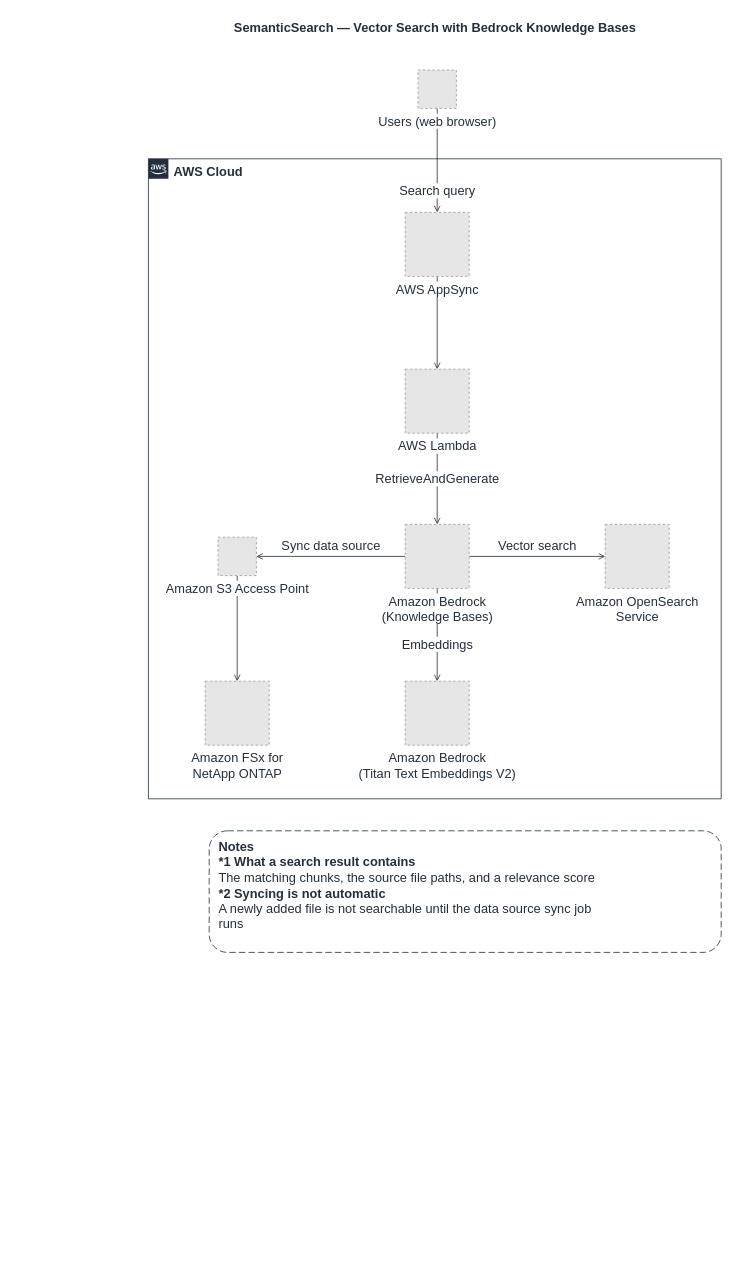
Yoshiki0705/FSx-for-ONTAP-S3AccessPoints-Serverless-Patterns keeps this draw.io diagram as docs/diagrams/part3-semantic-search-en.drawio. Above is the earlier version. Source tidied: cells renumbered, new cells numbered last; positions are measured from the earlier drawing's top-left corner, leaving out a move shared by most shapes. Both pictures are drawn from the tidied source at 80%, with x=0, y=0 at pixel (148, 14). Pictures stored in the file or linked from it are replaced by grey dashed boxes.
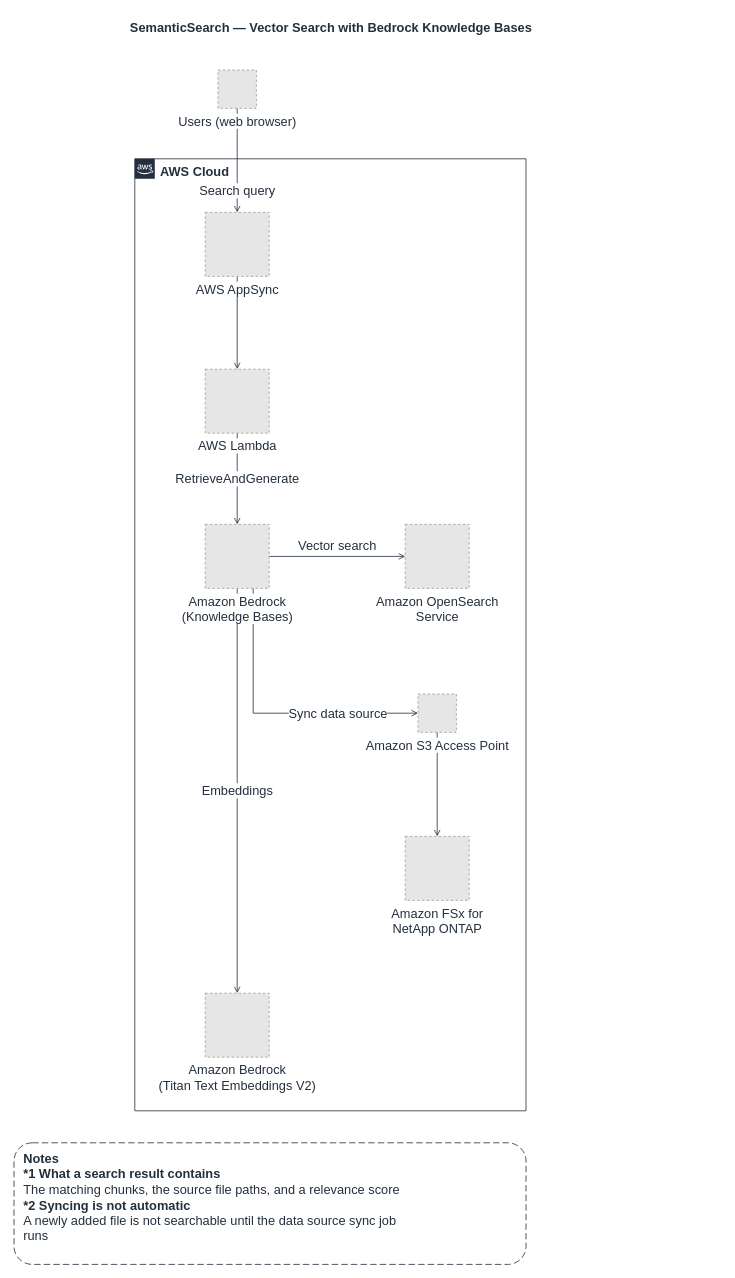
Above is the later version.

What changed in the source:
```diff
@@
     <mxCell id="2" value="SemanticSearch — Vector Search with Bedrock Knowledge Bases" style="text;html=1;align=center;verticalAlign=middle;fontSize=16;fontStyle=1;fontColor=#232F3E;" parent="1" vertex="1">
-      <mxGeometry width="716" height="34" as="geometry" />
+      <mxGeometry x="-17" width="489" height="34" as="geometry" />
     </mxCell>
-    <mxCell id="3" value="AWS Cloud" style="gradientColor=none;html=1;whiteSpace=wrap;fontSize=16;fontStyle=1;shape=mxgraph.aws4.group;grIcon=mxgraph.aws4.group_aws_cloud_alt;strokeColor=#232F3E;fillColor=none;verticalAlign=top;align=left;spacingLeft=30;fontColor=#232F3E;dashed=0;" parent="1" vertex="1">
-      <mxGeometry y="181" width="716" height="800" as="geometry" />
-    </mxCell>
@@
     <mxCell id="8" value="Embeddings" style="edgeStyle=orthogonalEdgeStyle;rounded=0;jettySize=auto;html=1;endArrow=open;endFill=0;strokeColor=#232F3E;strokeWidth=1;fontSize=16;fontColor=#232F3E;labelBackgroundColor=#ffffff;" parent="1" edge="1" source="16" target="17">
-      <mxGeometry relative="1" as="geometry">
-        <mxPoint y="12" as="offset" />
-      </mxGeometry>
+      <mxGeometry relative="1" as="geometry" />
     </mxCell>
-    <mxCell id="9" value="Sync data source" style="edgeStyle=orthogonalEdgeStyle;rounded=0;jettySize=auto;html=1;endArrow=open;endFill=0;strokeColor=#232F3E;strokeWidth=1;fontSize=16;fontColor=#232F3E;labelBackgroundColor=#ffffff;" parent="1" edge="1" source="16" target="11">
-      <mxGeometry relative="1" as="geometry">
-        <mxPoint y="-13" as="offset" />
-      </mxGeometry>
+    <mxCell id="9" value="Sync data source" style="edgeStyle=orthogonalEdgeStyle;rounded=0;jettySize=auto;html=1;endArrow=open;endFill=0;strokeColor=#232F3E;strokeWidth=1;fontSize=16;fontColor=#232F3E;labelBackgroundColor=#ffffff;exitX=0.75;exitY=1;exitDx=0;exitDy=0;entryX=0;entryY=0.5;entryDx=0;entryDy=0;" parent="1" edge="1" source="16" target="11">
+      <mxGeometry x="0.45" relative="1" as="geometry" />
     </mxCell>
@@
-    <mxCell id="11" value="Amazon S3 Access Point" style="fillColor=#E6E6E6;strokeColor=#999999;dashed=1;html=1;verticalLabelPosition=bottom;verticalAlign=top;labelPosition=center;align=center;fontSize=16;fontColor=#232F3E;labelBackgroundColor=#FFFFFF;" parent="1" vertex="1">
-      <mxGeometry x="87" y="654" width="48" height="48" as="geometry" />
-    </mxCell>
-    <mxCell id="12" value="Amazon FSx for&lt;br&gt;NetApp ONTAP" style="fillColor=#E6E6E6;strokeColor=#999999;dashed=1;html=1;verticalLabelPosition=bottom;verticalAlign=top;labelPosition=center;align=center;fontSize=16;fontColor=#232F3E;labelBackgroundColor=#FFFFFF;" parent="1" vertex="1">
-      <mxGeometry x="71" y="834" width="80" height="80" as="geometry" />
-    </mxCell>
+    <mxCell id="3" value="AWS Cloud" style="gradientColor=none;html=1;whiteSpace=wrap;fontSize=16;fontStyle=1;shape=mxgraph.aws4.group;grIcon=mxgraph.aws4.group_aws_cloud_alt;strokeColor=#232F3E;fillColor=none;verticalAlign=top;align=left;spacingLeft=30;fontColor=#232F3E;dashed=0;labelBackgroundColor=#FFFFFF;" parent="1" vertex="1">
+      <mxGeometry x="-17" y="181" width="489" height="1190" as="geometry" />
+    </mxCell>
     <mxCell id="13" value="Users (web browser)" style="fillColor=#E6E6E6;strokeColor=#999999;dashed=1;html=1;verticalLabelPosition=bottom;verticalAlign=top;labelPosition=center;align=center;fontSize=16;fontColor=#232F3E;labelBackgroundColor=#FFFFFF;" parent="1" vertex="1">
-      <mxGeometry x="337" y="70" width="48" height="48" as="geometry" />
+      <mxGeometry x="87" y="70" width="48" height="48" as="geometry" />
     </mxCell>
     <mxCell id="14" value="AWS AppSync" style="fillColor=#E6E6E6;strokeColor=#999999;dashed=1;html=1;verticalLabelPosition=bottom;verticalAlign=top;labelPosition=center;align=center;fontSize=16;fontColor=#232F3E;labelBackgroundColor=#FFFFFF;" parent="1" vertex="1">
-      <mxGeometry x="321" y="248" width="80" height="80" as="geometry" />
+      <mxGeometry x="71" y="248" width="80" height="80" as="geometry" />
     </mxCell>
     <mxCell id="15" value="AWS Lambda" style="fillColor=#E6E6E6;strokeColor=#999999;dashed=1;html=1;verticalLabelPosition=bottom;verticalAlign=top;labelPosition=center;align=center;fontSize=16;fontColor=#232F3E;labelBackgroundColor=#FFFFFF;" parent="1" vertex="1">
-      <mxGeometry x="321" y="444" width="80" height="80" as="geometry" />
+      <mxGeometry x="71" y="444" width="80" height="80" as="geometry" />
     </mxCell>
     <mxCell id="16" value="Amazon Bedrock&lt;br&gt;(Knowledge Bases)" style="fillColor=#E6E6E6;strokeColor=#999999;dashed=1;html=1;verticalLabelPosition=bottom;verticalAlign=top;labelPosition=center;align=center;fontSize=16;fontColor=#232F3E;labelBackgroundColor=#FFFFFF;" parent="1" vertex="1">
-      <mxGeometry x="321" y="638" width="80" height="80" as="geometry" />
+      <mxGeometry x="71" y="638" width="80" height="80" as="geometry" />
     </mxCell>
     <mxCell id="17" value="Amazon Bedrock&lt;br&gt;(Titan Text Embeddings V2)" style="fillColor=#E6E6E6;strokeColor=#999999;dashed=1;html=1;verticalLabelPosition=bottom;verticalAlign=top;labelPosition=center;align=center;fontSize=16;fontColor=#232F3E;labelBackgroundColor=#FFFFFF;" parent="1" vertex="1">
-      <mxGeometry x="321" y="834" width="80" height="80" as="geometry" />
+      <mxGeometry x="71" y="1224" width="80" height="80" as="geometry" />
     </mxCell>
     <mxCell id="18" value="Amazon OpenSearch&lt;br&gt;Service" style="fillColor=#E6E6E6;strokeColor=#999999;dashed=1;html=1;verticalLabelPosition=bottom;verticalAlign=top;labelPosition=center;align=center;fontSize=16;fontColor=#232F3E;labelBackgroundColor=#FFFFFF;" parent="1" vertex="1">
-      <mxGeometry x="571" y="638" width="80" height="80" as="geometry" />
+      <mxGeometry x="321" y="638" width="80" height="80" as="geometry" />
     </mxCell>
+    <mxCell id="11" value="Amazon S3 Access Point" style="fillColor=#E6E6E6;strokeColor=#999999;dashed=1;html=1;verticalLabelPosition=bottom;verticalAlign=top;labelPosition=center;align=center;fontSize=16;fontColor=#232F3E;labelBackgroundColor=#FFFFFF;" parent="1" vertex="1">
+      <mxGeometry x="337" y="850" width="48" height="48" as="geometry" />
+    </mxCell>
+    <mxCell id="12" value="Amazon FSx for&lt;br&gt;NetApp ONTAP" style="fillColor=#E6E6E6;strokeColor=#999999;dashed=1;html=1;verticalLabelPosition=bottom;verticalAlign=top;labelPosition=center;align=center;fontSize=16;fontColor=#232F3E;labelBackgroundColor=#FFFFFF;" parent="1" vertex="1">
+      <mxGeometry x="321" y="1028" width="80" height="80" as="geometry" />
+    </mxCell>
     <mxCell id="19" value="&lt;b&gt;Notes&lt;/b&gt;&lt;br&gt;&lt;b&gt;*1 What a search result contains&lt;/b&gt;&lt;br&gt;The matching chunks, the source file paths, and a relevance score&lt;br&gt;&lt;b&gt;*2 Syncing is not automatic&lt;/b&gt;&lt;br&gt;A newly added file is not searchable until the data source sync job&lt;br&gt;runs" style="rounded=1;whiteSpace=wrap;html=1;dashed=1;dashPattern=8 4;strokeColor=#232F3E;fillColor=#FFFFFF;align=left;verticalAlign=top;spacingLeft=10;spacingTop=4;fontSize=16;fontColor=#232F3E;" parent="1" vertex="1">
-      <mxGeometry x="76" y="1021" width="640" height="152" as="geometry" />
+      <mxGeometry x="-168" y="1411" width="640" height="152" as="geometry" />
     </mxCell>
```
